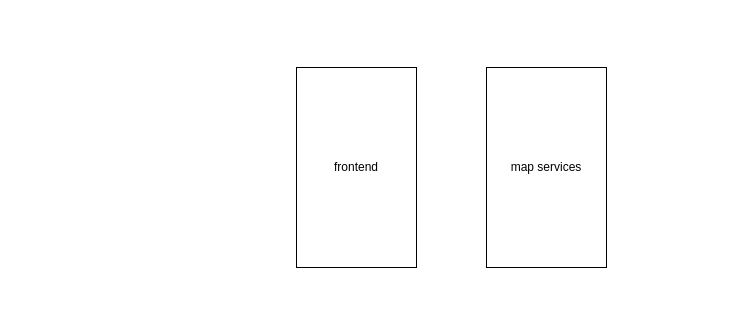
This is Diagram bez tytułu.drawio from Szaj111/prge_01_sk, a draw.io file, before an edit. Source tidied: cells renumbered, new cells numbered last; positions are measured from the earlier drawing's top-left corner, leaving out a move shared by most shapes. Both pictures are drawn from the tidied source at 100%, with x=0, y=0 at pixel (296, 67).
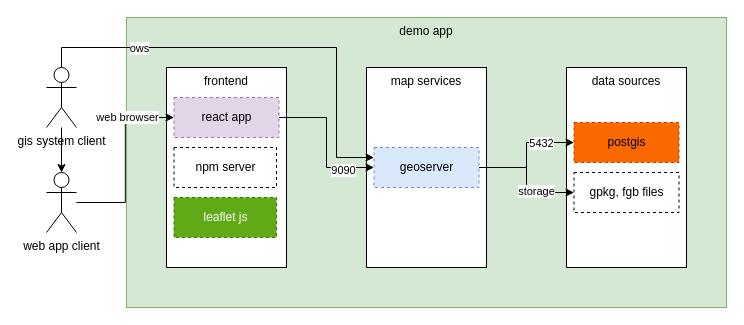
After the change.

Diff of the diagram source:
```diff
@@
+    <mxCell id="4" value="demo app" style="rounded=0;whiteSpace=wrap;html=1;verticalAlign=top;fillColor=#d5e8d4;strokeColor=#82b366;" parent="1" vertex="1">
+      <mxGeometry x="-170" y="-50" width="600" height="290" as="geometry" />
+    </mxCell>
-    <mxCell id="2" value="frontend" style="rounded=0;whiteSpace=wrap;html=1;" parent="1" vertex="1">
-      <mxGeometry width="120" height="200" as="geometry" />
+    <mxCell id="2" value="frontend" style="rounded=0;whiteSpace=wrap;html=1;verticalAlign=top;" parent="1" vertex="1">
+      <mxGeometry x="-130" width="120" height="200" as="geometry" />
     </mxCell>
-    <mxCell id="3" value="map services" style="rounded=0;whiteSpace=wrap;html=1;" parent="1" vertex="1">
-      <mxGeometry x="190" width="120" height="200" as="geometry" />
+    <mxCell id="3" value="map services" style="rounded=0;whiteSpace=wrap;html=1;verticalAlign=top;" parent="1" vertex="1">
+      <mxGeometry x="70" width="120" height="200" as="geometry" />
     </mxCell>
+    <mxCell id="5" value="data sources" style="rounded=0;whiteSpace=wrap;html=1;verticalAlign=top;" parent="1" vertex="1">
+      <mxGeometry x="270" width="120" height="200" as="geometry" />
+    </mxCell>
+    <mxCell id="6" style="edgeStyle=orthogonalEdgeStyle;rounded=0;jettySize=auto;html=1;entryX=0;entryY=0.5;entryDx=0;entryDy=0;" parent="1" edge="1" source="8" target="15">
+      <mxGeometry relative="1" as="geometry" />
+    </mxCell>
+    <mxCell id="7" value="9090" style="edgeLabel;html=1;align=center;verticalAlign=middle;" parent="6" vertex="1">
+      <mxGeometry x="0.57" y="-2" relative="1" as="geometry" />
+    </mxCell>
+    <mxCell id="8" value="react app" style="rounded=0;whiteSpace=wrap;html=1;dashed=1;fillColor=#e1d5e7;strokeColor=#9673a6;" parent="1" vertex="1">
+      <mxGeometry x="-122.5" y="30" width="105" height="40" as="geometry" />
+    </mxCell>
+    <mxCell id="9" value="npm server" style="rounded=0;whiteSpace=wrap;html=1;dashed=1;" parent="1" vertex="1">
+      <mxGeometry x="-122.5" y="80" width="102.5" height="40" as="geometry" />
+    </mxCell>
+    <mxCell id="10" value="leaflet js" style="rounded=0;whiteSpace=wrap;html=1;dashed=1;fillColor=#60a917;strokeColor=#2D7600;fontColor=#ffffff;" parent="1" vertex="1">
+      <mxGeometry x="-122.5" y="130" width="102.5" height="40" as="geometry" />
+    </mxCell>
+    <mxCell id="11" style="edgeStyle=orthogonalEdgeStyle;rounded=0;jettySize=auto;html=1;" parent="1" edge="1" source="15" target="16">
+      <mxGeometry relative="1" as="geometry" />
+    </mxCell>
+    <mxCell id="12" value="5432" style="edgeLabel;html=1;align=center;verticalAlign=middle;" parent="11" vertex="1">
+      <mxGeometry x="0.45" relative="1" as="geometry" />
+    </mxCell>
+    <mxCell id="13" style="edgeStyle=orthogonalEdgeStyle;rounded=0;jettySize=auto;html=1;entryX=0;entryY=0.5;entryDx=0;entryDy=0;" parent="1" edge="1" source="15" target="17">
+      <mxGeometry relative="1" as="geometry" />
+    </mxCell>
+    <mxCell id="14" value="storage" style="edgeLabel;html=1;align=center;verticalAlign=middle;" parent="13" vertex="1">
+      <mxGeometry x="0.36" y="2" relative="1" as="geometry" />
+    </mxCell>
+    <mxCell id="15" value="geoserver" style="rounded=0;whiteSpace=wrap;html=1;dashed=1;fillColor=#dae8fc;strokeColor=#6c8ebf;" parent="1" vertex="1">
+      <mxGeometry x="77.5" y="80" width="105" height="40" as="geometry" />
+    </mxCell>
+    <mxCell id="16" value="postgis" style="rounded=0;whiteSpace=wrap;html=1;dashed=1;fillColor=#fa6800;fontColor=#000000;strokeColor=#C73500;" parent="1" vertex="1">
+      <mxGeometry x="277.5" y="55" width="105" height="40" as="geometry" />
+    </mxCell>
+    <mxCell id="17" value="gpkg, fgb files" style="rounded=0;whiteSpace=wrap;html=1;dashed=1;" parent="1" vertex="1">
+      <mxGeometry x="277.5" y="105" width="105" height="40" as="geometry" />
+    </mxCell>
+    <mxCell id="18" style="edgeStyle=orthogonalEdgeStyle;rounded=0;jettySize=auto;html=1;" parent="1" edge="1" source="21" target="24">
+      <mxGeometry relative="1" as="geometry" />
+    </mxCell>
+    <mxCell id="19" style="edgeStyle=orthogonalEdgeStyle;rounded=0;jettySize=auto;html=1;entryX=0;entryY=0.25;entryDx=0;entryDy=0;" parent="1" edge="1" source="21" target="15">
+      <mxGeometry relative="1" as="geometry">
+        <Array as="points">
+          <mxPoint x="-235" y="-20" />
+          <mxPoint x="40" y="-20" />
+          <mxPoint x="40" y="90" />
+        </Array>
+      </mxGeometry>
+    </mxCell>
+    <mxCell id="20" value="ows" style="edgeLabel;html=1;align=center;verticalAlign=middle;" parent="19" vertex="1">
+      <mxGeometry x="-0.56" relative="1" as="geometry" />
+    </mxCell>
+    <mxCell id="21" value="gis system client" style="shape=umlActor;verticalLabelPosition=bottom;verticalAlign=top;html=1;outlineConnect=0;" parent="1" vertex="1">
+      <mxGeometry x="-250" width="30" height="60" as="geometry" />
+    </mxCell>
+    <mxCell id="22" style="edgeStyle=orthogonalEdgeStyle;rounded=0;jettySize=auto;html=1;entryX=0;entryY=0.5;entryDx=0;entryDy=0;" parent="1" edge="1" source="24" target="8">
+      <mxGeometry relative="1" as="geometry" />
+    </mxCell>
+    <mxCell id="23" value="web browser" style="edgeLabel;html=1;align=center;verticalAlign=middle;" parent="22" vertex="1">
+      <mxGeometry x="0.67" y="1" relative="1" as="geometry">
+        <mxPoint x="-17" as="offset" />
+      </mxGeometry>
+    </mxCell>
+    <mxCell id="24" value="web app client" style="shape=umlActor;verticalLabelPosition=bottom;verticalAlign=top;html=1;outlineConnect=0;" parent="1" vertex="1">
+      <mxGeometry x="-250" y="105" width="30" height="60" as="geometry" />
+    </mxCell>
```
